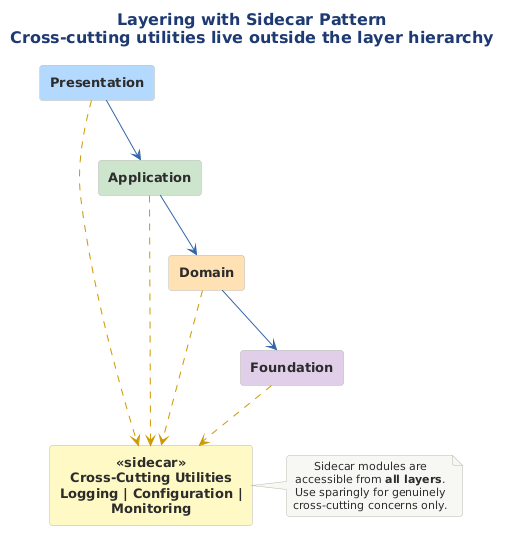
This is src/architecture/views-and-beyond/style-catalogs/module/layered-style/png/layering-sidecar-pattern-cross-cutting.png from Notoriousjayy/latex-docs, a PlantUML export, as it was before one commit. The source it was exported from:
```plantuml
@startuml
skinparam rectangleRoundCorner 8
!include ../../../../../../tooling/styles/plantuml/structural/component-diagram-style.iuml

skinparam rectangleFontSize 13
skinparam rectangleFontStyle bold

title Layering with Sidecar Pattern\nCross-cutting utilities live outside the layer hierarchy

rectangle "**Presentation**" as L4 #B3D9FF
rectangle "**Application**" as L3 #CCE5CC
rectangle "**Domain**" as L2 #FFE0B2
rectangle "**Foundation**" as L1 #E0CFE8

rectangle "<<sidecar>>\n**Cross-Cutting Utilities**\nLogging | Configuration | Monitoring" as SIDE #FFF9C4

L4 -[#3366AA]-> L3
L3 -[#3366AA]-> L2
L2 -[#3366AA]-> L1

L4 .[#CC9900].> SIDE
L3 .[#CC9900].> SIDE
L2 .[#CC9900].> SIDE
L1 .[#CC9900].> SIDE

note right of SIDE
  Sidecar modules are
  accessible from **all layers**.
  Use sparingly for genuinely
  cross-cutting concerns only.
end note
@enduml
```
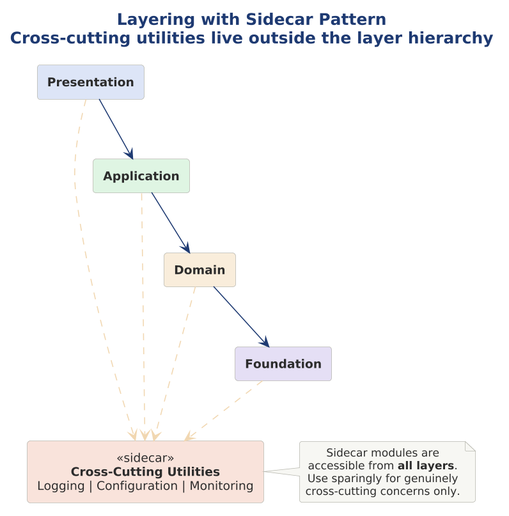
Later version of the same file.

Change to the diagram source:
```diff
@@ -1,27 +1,28 @@
 @startuml
-skinparam rectangleRoundCorner 8
+
+skinparam dpi 150
+
+
+
 !include ../../../../../../tooling/styles/plantuml/structural/component-diagram-style.iuml
-
-skinparam rectangleFontSize 13
-skinparam rectangleFontStyle bold
 
 title Layering with Sidecar Pattern\nCross-cutting utilities live outside the layer hierarchy
 
-rectangle "**Presentation**" as L4 #B3D9FF
-rectangle "**Application**" as L3 #CCE5CC
-rectangle "**Domain**" as L2 #FFE0B2
-rectangle "**Foundation**" as L1 #E0CFE8
+rectangle "**Presentation**" as L4 $fill_primary
+rectangle "**Application**" as L3 $fill_ok
+rectangle "**Domain**" as L2 $fill_caution
+rectangle "**Foundation**" as L1 $fill_alt
 
-rectangle "<<sidecar>>\n**Cross-Cutting Utilities**\nLogging | Configuration | Monitoring" as SIDE #FFF9C4
+rectangle "<<sidecar>>\n**Cross-Cutting Utilities**\nLogging | Configuration | Monitoring" as SIDE $fill_invalid
 
-L4 -[#3366AA]-> L3
-L3 -[#3366AA]-> L2
-L2 -[#3366AA]-> L1
+L4 -[$line_primary]-> L3
+L3 -[$line_primary]-> L2
+L2 -[$line_primary]-> L1
 
-L4 .[#CC9900].> SIDE
-L3 .[#CC9900].> SIDE
-L2 .[#CC9900].> SIDE
-L1 .[#CC9900].> SIDE
+L4 .[$deep_caution].> SIDE
+L3 .[$deep_caution].> SIDE
+L2 .[$deep_caution].> SIDE
+L1 .[$deep_caution].> SIDE
 
 note right of SIDE
   Sidecar modules are
```
